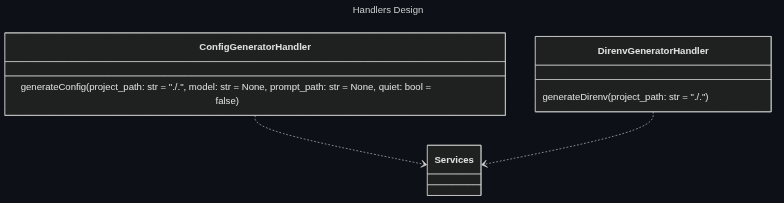
Oldranda1414/AutoDev keeps this Mermaid diagram as docs/assets/mermaid/handlers_design.png. Above is the earlier version. Its source is kept beside it as docs/assets/src/handlers_design.mmd. The source it was exported from:
```mermaid
---
title: Handlers Design
---
classDiagram
    class ConfigGeneratorHandler {
        generateConfig(project_path: str = "./.", model: str = None, prompt_path: str = None, quiet: bool = false)
    }

    class DirenvGeneratorHandler {
        generateDirenv(project_path: str = "./.")
    }

    ConfigGeneratorHandler  ..> Services
    DirenvGeneratorHandler  ..> Services
```
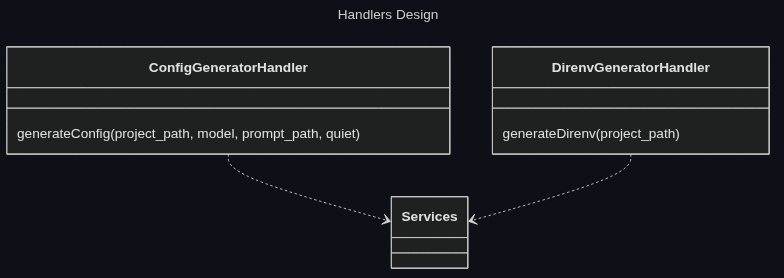
After the commit.

The edit, as a diff of the source:
```diff
@@ -3,11 +3,11 @@
 ---
 classDiagram
     class ConfigGeneratorHandler {
-        generateConfig(project_path: str = "./.", model: str = None, prompt_path: str = None, quiet: bool = false)
+        generateConfig(project_path, model, prompt_path, quiet)
     }
 
     class DirenvGeneratorHandler {
-        generateDirenv(project_path: str = "./.")
+        generateDirenv(project_path)
     }
 
     ConfigGeneratorHandler  ..> Services
```
